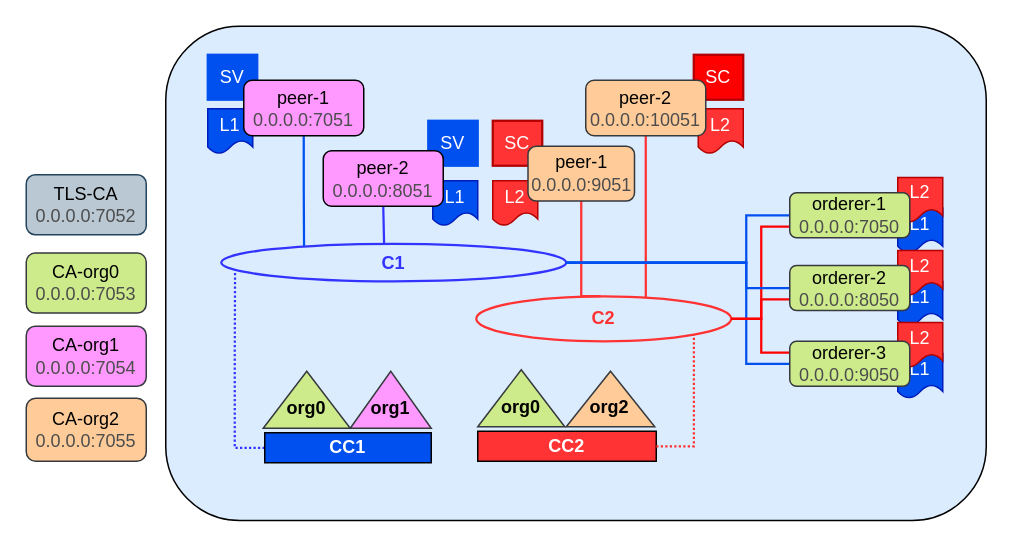
tassiluca/ChainVote keeps this draw.io diagram as docs/schemas/network-architecture.drawio. Above is the earlier version. Source tidied: cells renumbered, new cells numbered last; positions are measured from the earlier drawing's top-left corner, leaving out a move shared by most shapes. Both pictures are drawn from the tidied source at 150%, with x=0, y=0 at pixel (26, 26). Pictures stored in the file or linked from it are replaced by grey dashed boxes.
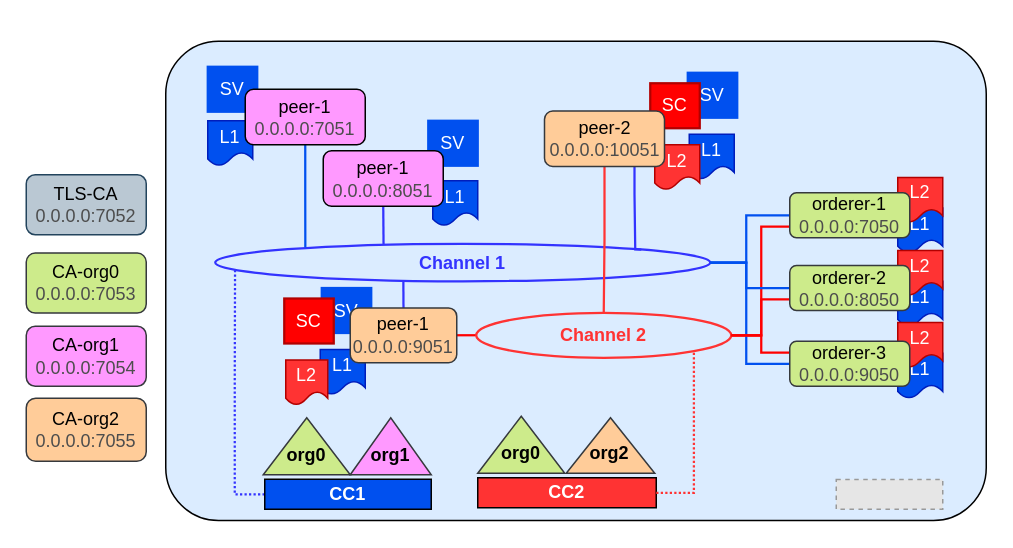
Above is the later version.

Commit message (it also covers changes not shown here):
docs: update network architecture schema

The change refers to these unchanged cells:
```xml
<mxCell id="42" value="orderer-3&lt;br&gt;&lt;span style=&quot;color: rgb(77, 77, 77);&quot;&gt;0.0.0.0:9050&lt;/span&gt;" style="rounded=1;whiteSpace=wrap;html=1;strokeColor=#36393d;fillColor=#cdeb8b;" parent="1" vertex="1">
  <mxGeometry x="509" y="210" width="80" height="30" as="geometry" />
</mxCell>
<mxCell id="45" value="orderer-2&lt;br&gt;&lt;span style=&quot;color: rgb(77, 77, 77);&quot;&gt;0.0.0.0:8050&lt;/span&gt;" style="rounded=1;whiteSpace=wrap;html=1;strokeColor=#36393d;fillColor=#cdeb8b;" parent="1" vertex="1">
  <mxGeometry x="509" y="159.5" width="80" height="30" as="geometry" />
</mxCell>
<mxCell id="46" value="orderer-1&lt;br&gt;&lt;span style=&quot;color: rgb(77, 77, 77);&quot;&gt;0.0.0.0:7050&lt;/span&gt;" style="rounded=1;whiteSpace=wrap;html=1;strokeColor=#36393d;fillColor=#cdeb8b;" parent="1" vertex="1">
  <mxGeometry x="509" y="111" width="80" height="30" as="geometry" />
</mxCell>
```

What changed in the source:
```diff
@@
-    <mxCell id="2" style="rounded=1;whiteSpace=wrap;html=1;fillColor=#DBECFF;strokeColor=#000000;" parent="1" vertex="1">
-      <mxGeometry x="93" width="547" height="329.5" as="geometry" />
+    <mxCell id="2" style="rounded=1;whiteSpace=wrap;html=1;fillColor=#DBECFF;strokeColor=#000000;arcSize=11;" parent="1" vertex="1">
+      <mxGeometry x="93" y="10" width="547" height="319.5" as="geometry" />
     </mxCell>
+    <mxCell id="52" value="L1" style="shape=document;whiteSpace=wrap;html=1;boundedLbl=1;fontColor=#ffffff;strokeColor=#001DBC;fillColor=#0050ef;" parent="1" vertex="1">
+      <mxGeometry x="196" y="215.5" width="30" height="30" as="geometry" />
+    </mxCell>
+    <mxCell id="53" value="SV" style="rounded=0;whiteSpace=wrap;html=1;fontColor=#FFFFFF;strokeColor=#0050EF;strokeWidth=1.5;fillColor=#0050EF;gradientColor=none;" parent="1" vertex="1">
+      <mxGeometry x="197" y="174.5" width="33" height="30" as="geometry" />
+    </mxCell>
+    <mxCell id="27" value="L2" style="shape=document;whiteSpace=wrap;html=1;boundedLbl=1;fontColor=#ffffff;strokeColor=#B20000;fillColor=#FF3333;" parent="1" vertex="1">
+      <mxGeometry x="173" y="222.5" width="28" height="30" as="geometry" />
+    </mxCell>
+    <mxCell id="32" value="SC" style="rounded=0;whiteSpace=wrap;html=1;fontColor=#FFFFFF;strokeColor=#B20000;strokeWidth=1.5;fillColor=#FF0000;gradientColor=none;" parent="1" vertex="1">
+      <mxGeometry x="172" y="181.5" width="33" height="30" as="geometry" />
+    </mxCell>
+    <mxCell id="54" value="L1" style="shape=document;whiteSpace=wrap;html=1;boundedLbl=1;fontColor=#ffffff;strokeColor=#001DBC;fillColor=#0050ef;" parent="1" vertex="1">
+      <mxGeometry x="442" y="72" width="30" height="30" as="geometry" />
+    </mxCell>
+    <mxCell id="55" value="SV" style="rounded=0;whiteSpace=wrap;html=1;fontColor=#FFFFFF;strokeColor=#0050EF;strokeWidth=1.5;fillColor=#0050EF;gradientColor=none;" parent="1" vertex="1">
+      <mxGeometry x="441" y="31" width="33" height="30" as="geometry" />
+    </mxCell>
@@
     <mxCell id="5" value="L2" style="shape=document;whiteSpace=wrap;html=1;boundedLbl=1;fontColor=#ffffff;strokeColor=#B20000;fillColor=#FF3333;" parent="1" vertex="1">
-      <mxGeometry x="448" y="55" width="30" height="30" as="geometry" />
+      <mxGeometry x="419" y="79" width="30" height="30" as="geometry" />
     </mxCell>
     <mxCell id="6" value="L1" style="shape=document;whiteSpace=wrap;html=1;boundedLbl=1;strokeColor=#001DBC;fillColor=#0050ef;fontColor=#ffffff;" parent="1" vertex="1">
-      <mxGeometry x="121" y="55" width="30" height="30" as="geometry" />
+      <mxGeometry x="121" y="63" width="30" height="30" as="geometry" />
     </mxCell>
@@
-    <mxCell id="8" value="&lt;font color=&quot;#3333ff&quot;&gt;&lt;b&gt;C1&lt;/b&gt;&lt;/font&gt;" style="ellipse;whiteSpace=wrap;html=1;strokeColor=#3333FF;strokeWidth=1.5;fillColor=none;" parent="1" vertex="1">
-      <mxGeometry x="130" y="145" width="230" height="25" as="geometry" />
+    <mxCell id="8" value="&lt;font color=&quot;#3333ff&quot;&gt;&lt;b&gt;Channel 1&lt;/b&gt;&lt;/font&gt;" style="ellipse;whiteSpace=wrap;html=1;strokeColor=#3333FF;strokeWidth=1.5;fillColor=none;" parent="1" vertex="1">
+      <mxGeometry x="126" y="145" width="330" height="25" as="geometry" />
     </mxCell>
     <mxCell id="9" style="edgeStyle=orthogonalEdgeStyle;rounded=0;jettySize=auto;html=1;exitX=1;exitY=0.5;exitDx=0;exitDy=0;entryX=0;entryY=0.75;entryDx=0;entryDy=0;fontColor=#FFFFFF;endArrow=none;endFill=0;strokeColor=#FF0000;strokeWidth=1.5;" parent="1" edge="1" source="10" target="46">
       <mxGeometry relative="1" as="geometry">
         <Array as="points">
-          <mxPoint x="490" y="195" />
+          <mxPoint x="490" y="206" />
           <mxPoint x="490" y="134" />
         </Array>
       </mxGeometry>
     </mxCell>
+    <mxCell id="56" style="edgeStyle=orthogonalEdgeStyle;rounded=0;jettySize=auto;html=1;exitX=0;exitY=0.5;exitDx=0;exitDy=0;entryX=1;entryY=0.5;entryDx=0;entryDy=0;strokeWidth=1.5;endArrow=none;endFill=0;strokeColor=#FF0000;" parent="1" edge="1" source="10" target="33">
+      <mxGeometry relative="1" as="geometry" />
+    </mxCell>
-    <mxCell id="10" value="&lt;b&gt;&lt;font color=&quot;#ff3333&quot;&gt;C2&lt;/font&gt;&lt;/b&gt;" style="ellipse;whiteSpace=wrap;html=1;strokeColor=#FF3333;strokeWidth=1.5;gradientColor=none;fillColor=none;" parent="1" vertex="1">
-      <mxGeometry x="300" y="180" width="170" height="30" as="geometry" />
+    <mxCell id="10" value="&lt;b&gt;&lt;font color=&quot;#ff3333&quot;&gt;Channel 2&lt;/font&gt;&lt;/b&gt;" style="ellipse;whiteSpace=wrap;html=1;strokeColor=#FF3333;strokeWidth=1.5;gradientColor=none;fillColor=none;" parent="1" vertex="1">
+      <mxGeometry x="300" y="191" width="170" height="30" as="geometry" />
     </mxCell>
@@
     <mxCell id="14" style="verticalLabelPosition=bottom;verticalAlign=top;html=1;shape=mxgraph.basic.acute_triangle;dx=0.5;strokeColor=#36393d;fillColor=#cdeb8b;" parent="1" vertex="1">
-      <mxGeometry x="158" y="230" width="58" height="38" as="geometry" />
+      <mxGeometry x="158" y="261" width="58" height="38" as="geometry" />
     </mxCell>
     <mxCell id="15" value="&lt;b&gt;org0&lt;/b&gt;" style="text;html=1;strokeColor=none;fillColor=none;align=center;verticalAlign=middle;whiteSpace=wrap;rounded=0;" parent="1" vertex="1">
-      <mxGeometry x="172" y="242" width="30" height="26" as="geometry" />
+      <mxGeometry x="172" y="273" width="30" height="26" as="geometry" />
     </mxCell>
     <mxCell id="16" style="verticalLabelPosition=bottom;verticalAlign=top;html=1;shape=mxgraph.basic.acute_triangle;dx=0.5;strokeColor=#36393d;fillColor=#FF99FF;" parent="1" vertex="1">
-      <mxGeometry x="216" y="230" width="54" height="38" as="geometry" />
+      <mxGeometry x="216" y="261" width="54" height="38" as="geometry" />
     </mxCell>
     <mxCell id="17" value="&lt;b&gt;org1&lt;/b&gt;" style="text;html=1;strokeColor=none;fillColor=none;align=center;verticalAlign=middle;whiteSpace=wrap;rounded=0;" parent="1" vertex="1">
-      <mxGeometry x="228" y="242" width="30" height="26" as="geometry" />
+      <mxGeometry x="228" y="273" width="30" height="26" as="geometry" />
     </mxCell>
     <mxCell id="18" style="verticalLabelPosition=bottom;verticalAlign=top;html=1;shape=mxgraph.basic.acute_triangle;dx=0.5;strokeColor=#36393d;fillColor=#ffcc99;" parent="1" vertex="1">
-      <mxGeometry x="360" y="230" width="59" height="37" as="geometry" />
+      <mxGeometry x="360" y="261" width="59" height="37" as="geometry" />
     </mxCell>
     <mxCell id="19" value="&lt;b&gt;org2&lt;/b&gt;" style="text;html=1;strokeColor=none;fillColor=none;align=center;verticalAlign=middle;whiteSpace=wrap;rounded=0;" parent="1" vertex="1">
-      <mxGeometry x="373.5" y="241" width="30" height="26" as="geometry" />
+      <mxGeometry x="373.5" y="272" width="30" height="26" as="geometry" />
     </mxCell>
@@
     <mxCell id="21" value="&lt;font color=&quot;#ffffff&quot;&gt;&lt;b&gt;CC1&lt;/b&gt;&lt;/font&gt;" style="rounded=0;whiteSpace=wrap;html=1;strokeColor=#000000;fillColor=#0050EF;" parent="1" vertex="1">
-      <mxGeometry x="159" y="271" width="111" height="20" as="geometry" />
+      <mxGeometry x="159" y="302" width="111" height="20" as="geometry" />
     </mxCell>
     <mxCell id="22" value="&lt;font color=&quot;#ffffff&quot;&gt;&lt;b&gt;CC2&lt;/b&gt;&lt;/font&gt;" style="rounded=0;whiteSpace=wrap;html=1;strokeColor=#000000;fillColor=#FF3333;" parent="1" vertex="1">
-      <mxGeometry x="301" y="270" width="119" height="20" as="geometry" />
+      <mxGeometry x="301" y="301" width="119" height="20" as="geometry" />
     </mxCell>
     <mxCell id="23" style="edgeStyle=orthogonalEdgeStyle;rounded=0;jettySize=auto;html=1;exitX=1;exitY=0.5;exitDx=0;exitDy=0;endArrow=none;endFill=0;strokeColor=#FF3333;fontColor=#3333FF;dashed=1;dashPattern=1 1;strokeWidth=1.5;entryX=1;entryY=1;entryDx=0;entryDy=0;" parent="1" edge="1" source="22" target="10">
       <mxGeometry relative="1" as="geometry">
         <Array as="points">
-          <mxPoint x="445" y="280" />
-          <mxPoint x="445" y="206" />
+          <mxPoint x="445" y="311" />
         </Array>
       </mxGeometry>
     </mxCell>
-    <mxCell id="24" style="edgeStyle=orthogonalEdgeStyle;rounded=0;jettySize=auto;html=1;exitX=0.5;exitY=1;exitDx=0;exitDy=0;entryX=0.665;entryY=0.033;entryDx=0;entryDy=0;entryPerimeter=0;fontColor=#3333FF;endArrow=none;endFill=0;strokeColor=#FF3333;fillColor=#f8cecc;strokeWidth=1.5;" parent="1" edge="1" source="35" target="10">
+    <mxCell id="24" style="edgeStyle=orthogonalEdgeStyle;rounded=0;jettySize=auto;html=1;exitX=0.5;exitY=1;exitDx=0;exitDy=0;entryX=0.5;entryY=0;entryDx=0;entryDy=0;fontColor=#3333FF;endArrow=none;endFill=0;strokeColor=#FF3333;fillColor=#f8cecc;strokeWidth=1.5;" parent="1" edge="1" source="35" target="10">
       <mxGeometry relative="1" as="geometry" />
     </mxCell>
-    <mxCell id="25" style="endArrow=none;html=1;rounded=0;fontColor=#FF3333;strokeColor=#3333FF;exitX=0.472;exitY=-0.012;exitDx=0;exitDy=0;entryX=0.5;entryY=1;entryDx=0;entryDy=0;strokeWidth=1.5;exitPerimeter=0;" parent="1" edge="1" source="8" target="47">
+    <mxCell id="25" style="endArrow=none;html=1;rounded=0;fontColor=#FF3333;strokeColor=#3333FF;exitX=0.34;exitY=0.005;exitDx=0;exitDy=0;entryX=0.5;entryY=1;entryDx=0;entryDy=0;strokeWidth=1.5;exitPerimeter=0;" parent="1" edge="1" source="8" target="47">
       <mxGeometry relative="1" as="geometry" />
     </mxCell>
@@
-    <mxCell id="27" value="L2" style="shape=document;whiteSpace=wrap;html=1;boundedLbl=1;fontColor=#ffffff;strokeColor=#B20000;fillColor=#FF3333;" parent="1" vertex="1">
-      <mxGeometry x="311" y="103" width="30" height="30" as="geometry" />
-    </mxCell>
-    <mxCell id="28" style="edgeStyle=orthogonalEdgeStyle;rounded=0;jettySize=auto;html=1;exitX=0.5;exitY=1;exitDx=0;exitDy=0;fontColor=#000000;endArrow=none;endFill=0;strokeColor=#FF3333;strokeWidth=1.5;entryX=0.488;entryY=-0.004;entryDx=0;entryDy=0;entryPerimeter=0;" parent="1" edge="1" source="33" target="10">
-      <mxGeometry relative="1" as="geometry">
-        <Array as="points">
-          <mxPoint x="370" y="180" />
-        </Array>
-      </mxGeometry>
-    </mxCell>
@@
     <mxCell id="30" value="SV" style="rounded=0;whiteSpace=wrap;html=1;fontColor=#FFFFFF;strokeColor=#0050EF;strokeWidth=1.5;fillColor=#0050EF;gradientColor=none;" parent="1" vertex="1">
-      <mxGeometry x="121" y="19" width="33" height="30" as="geometry" />
+      <mxGeometry x="121" y="27" width="33" height="30" as="geometry" />
     </mxCell>
@@
-    <mxCell id="32" value="SC" style="rounded=0;whiteSpace=wrap;html=1;fontColor=#FFFFFF;strokeColor=#B20000;strokeWidth=1.5;fillColor=#FF3333;gradientColor=none;" parent="1" vertex="1">
-      <mxGeometry x="311" y="63" width="33" height="30" as="geometry" />
-    </mxCell>
+    <mxCell id="57" style="edgeStyle=orthogonalEdgeStyle;rounded=0;jettySize=auto;html=1;exitX=0.5;exitY=0;exitDx=0;exitDy=0;entryX=0.38;entryY=0.979;entryDx=0;entryDy=0;entryPerimeter=0;endArrow=none;endFill=0;strokeColor=#3333FF;strokeWidth=1.5;" parent="1" edge="1" source="33" target="8">
+      <mxGeometry relative="1" as="geometry" />
+    </mxCell>
     <mxCell id="33" value="peer-1&lt;br&gt;&lt;span style=&quot;color: rgb(77, 77, 77);&quot;&gt;0.0.0.0:9051&lt;/span&gt;" style="rounded=1;whiteSpace=wrap;html=1;strokeColor=#36393d;fillColor=#ffcc99;" parent="1" vertex="1">
-      <mxGeometry x="334.5" y="80" width="71" height="36.5" as="geometry" />
+      <mxGeometry x="216" y="187.8" width="71" height="36.5" as="geometry" />
     </mxCell>
     <mxCell id="34" value="SC" style="rounded=0;whiteSpace=wrap;html=1;fontColor=#FFFFFF;strokeColor=#B20000;strokeWidth=1.5;fillColor=#FF0000;gradientColor=none;" parent="1" vertex="1">
-      <mxGeometry x="445" y="19" width="33" height="30" as="geometry" />
+      <mxGeometry x="416" y="38" width="33" height="30" as="geometry" />
     </mxCell>
+    <mxCell id="58" style="edgeStyle=orthogonalEdgeStyle;rounded=0;jettySize=auto;html=1;exitX=0.75;exitY=1;exitDx=0;exitDy=0;entryX=1;entryY=0;entryDx=0;entryDy=0;endArrow=none;endFill=0;strokeColor=#3333FF;strokeWidth=1.5;" parent="1" edge="1" source="35" target="8">
+      <mxGeometry relative="1" as="geometry">
+        <Array as="points">
+          <mxPoint x="406" y="112" />
+          <mxPoint x="406" y="149" />
+        </Array>
+      </mxGeometry>
+    </mxCell>
     <mxCell id="35" value="peer-2&lt;br&gt;&lt;span style=&quot;color: rgb(77, 77, 77);&quot;&gt;0.0.0.0:10051&lt;/span&gt;&lt;span style=&quot;color: rgba(0, 0, 0, 0); font-family: monospace; font-size: 0px; text-align: start;&quot;&gt;&lt;br&gt;&lt;/span&gt;" style="rounded=1;whiteSpace=wrap;html=1;strokeColor=#36393d;fillColor=#ffcc99;" parent="1" vertex="1">
-      <mxGeometry x="373" y="36" width="80" height="37" as="geometry" />
+      <mxGeometry x="345.5" y="56.5" width="80" height="37" as="geometry" />
     </mxCell>
@@
     <mxCell id="41" style="edgeStyle=orthogonalEdgeStyle;rounded=0;jettySize=auto;html=1;exitX=0;exitY=0.25;exitDx=0;exitDy=0;entryX=1;entryY=0.5;entryDx=0;entryDy=0;fontColor=#FFFFFF;endArrow=none;endFill=0;strokeColor=#FF0000;strokeWidth=1.5;" parent="1" edge="1" source="42" target="10">
       <mxGeometry relative="1" as="geometry">
         <Array as="points">
           <mxPoint x="490" y="218" />
-          <mxPoint x="490" y="195" />
+          <mxPoint x="490" y="206" />
         </Array>
       </mxGeometry>
     </mxCell>
@@
     <mxCell id="44" style="edgeStyle=orthogonalEdgeStyle;rounded=0;jettySize=auto;html=1;exitX=0;exitY=0.75;exitDx=0;exitDy=0;entryX=1;entryY=0.5;entryDx=0;entryDy=0;fontColor=#FFFFFF;endArrow=none;endFill=0;strokeColor=#FF0000;strokeWidth=1.5;" parent="1" edge="1" source="45" target="10">
       <mxGeometry relative="1" as="geometry">
         <Array as="points">
           <mxPoint x="490" y="182" />
-          <mxPoint x="490" y="195" />
+          <mxPoint x="490" y="206" />
         </Array>
       </mxGeometry>
     </mxCell>
@@
-    <mxCell id="47" value="peer-2&lt;br&gt;&lt;span style=&quot;color: rgb(77, 77, 77);&quot;&gt;0.0.0.0:8051&lt;/span&gt;" style="rounded=1;whiteSpace=wrap;html=1;strokeColor=#000000;fillColor=#FF99FF;" parent="1" vertex="1">
+    <mxCell id="47" value="peer-1&lt;br&gt;&lt;span style=&quot;color: rgb(77, 77, 77);&quot;&gt;0.0.0.0:8051&lt;/span&gt;" style="rounded=1;whiteSpace=wrap;html=1;strokeColor=#000000;fillColor=#FF99FF;" parent="1" vertex="1">
       <mxGeometry x="198" y="83" width="80" height="37" as="geometry" />
     </mxCell>
-    <mxCell id="48" style="edgeStyle=orthogonalEdgeStyle;rounded=0;jettySize=auto;html=1;exitX=0.5;exitY=1;exitDx=0;exitDy=0;entryX=0.24;entryY=0.059;entryDx=0;entryDy=0;entryPerimeter=0;fontColor=#4D4D4D;strokeColor=#0050EF;strokeWidth=1.5;endArrow=none;endFill=0;" parent="1" edge="1" source="49" target="8">
+    <mxCell id="48" style="edgeStyle=orthogonalEdgeStyle;rounded=0;jettySize=auto;html=1;exitX=0.5;exitY=1;exitDx=0;exitDy=0;entryX=0.182;entryY=0.099;entryDx=0;entryDy=0;entryPerimeter=0;fontColor=#4D4D4D;strokeColor=#0050EF;strokeWidth=1.5;endArrow=none;endFill=0;" parent="1" edge="1" source="49" target="8">
       <mxGeometry relative="1" as="geometry" />
     </mxCell>
     <mxCell id="49" value="peer-1&lt;br&gt;&lt;span style=&quot;color: rgb(77, 77, 77);&quot;&gt;0.0.0.0:7051&lt;/span&gt;" style="rounded=1;whiteSpace=wrap;html=1;strokeColor=#000000;fillColor=#FF99FF;" parent="1" vertex="1">
-      <mxGeometry x="145" y="36" width="80" height="37" as="geometry" />
+      <mxGeometry x="146" y="42" width="80" height="37" as="geometry" />
     </mxCell>
     <mxCell id="50" style="verticalLabelPosition=bottom;verticalAlign=top;html=1;shape=mxgraph.basic.acute_triangle;dx=0.5;strokeColor=#36393d;fillColor=#cdeb8b;" parent="1" vertex="1">
-      <mxGeometry x="301" y="229" width="58" height="38" as="geometry" />
+      <mxGeometry x="301" y="260" width="58" height="38" as="geometry" />
     </mxCell>
     <mxCell id="51" value="&lt;b&gt;org0&lt;/b&gt;" style="text;html=1;strokeColor=none;fillColor=none;align=center;verticalAlign=middle;whiteSpace=wrap;rounded=0;" parent="1" vertex="1">
-      <mxGeometry x="315" y="241" width="30" height="26" as="geometry" />
+      <mxGeometry x="315" y="272" width="30" height="26" as="geometry" />
     </mxCell>
+    <mxCell id="59" style="fillColor=#E6E6E6;strokeColor=#999999;dashed=1;verticalLabelPosition=bottom;labelBackgroundColor=default;verticalAlign=top;" parent="1" vertex="1">
+      <mxGeometry x="540" y="302.2" width="71" height="19.8" as="geometry" />
+    </mxCell>
```
